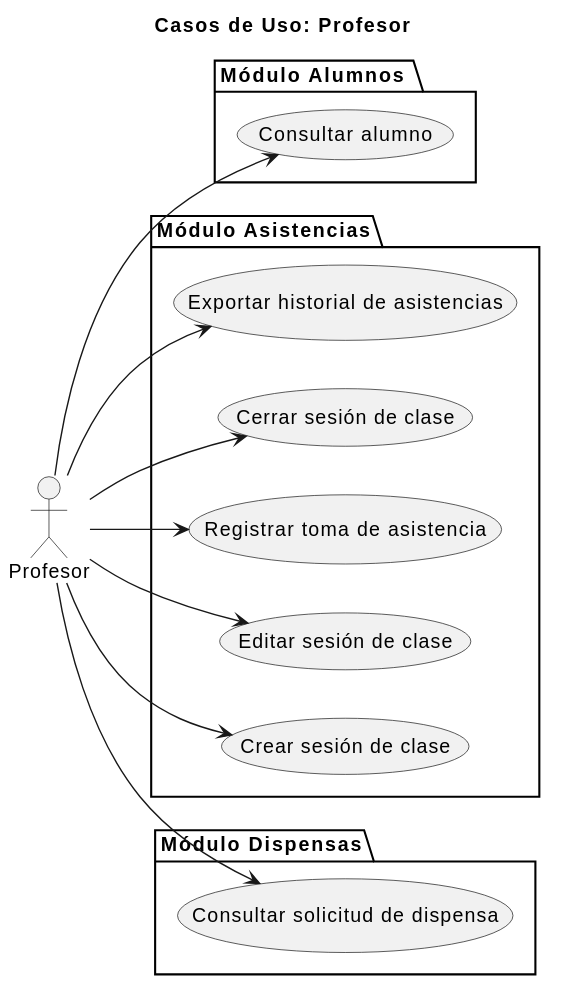
Earlier version of the PlantUML export documents/requisitado/01-actores-casos-uso/Profesor.svg (jerdier/25-26-idsw2-sdVC). Source of this version:
```plantuml
@startuml
Title Casos de Uso: Profesor
left to right direction
skinparam style strictuml

actor Profesor

package "Módulo Alumnos " {
    usecase "Consultar alumno" as AlumnosConsultar
}

package "Módulo Asistencias" {
    usecase "Crear sesión de clase" as AsistenciasCrearSesion
    usecase "Editar sesión de clase" as AsistenciasEditarSesion
    usecase "Registrar toma de asistencia" as AsistenciasRegistrarToma
    usecase "Cerrar sesión de clase" as AsistenciasCerrarSesion
    usecase "Exportar historial de asistencias" as AsistenciasExportarHistorial
}

package "Módulo Dispensas" {
    usecase "Consultar solicitud de dispensa" as DispensasConsultar
}

Profesor --> AlumnosConsultar

Profesor --> AsistenciasCrearSesion
Profesor --> AsistenciasEditarSesion
Profesor --> AsistenciasRegistrarToma
Profesor --> AsistenciasCerrarSesion
Profesor --> AsistenciasExportarHistorial

Profesor --> DispensasConsultar
@enduml
```
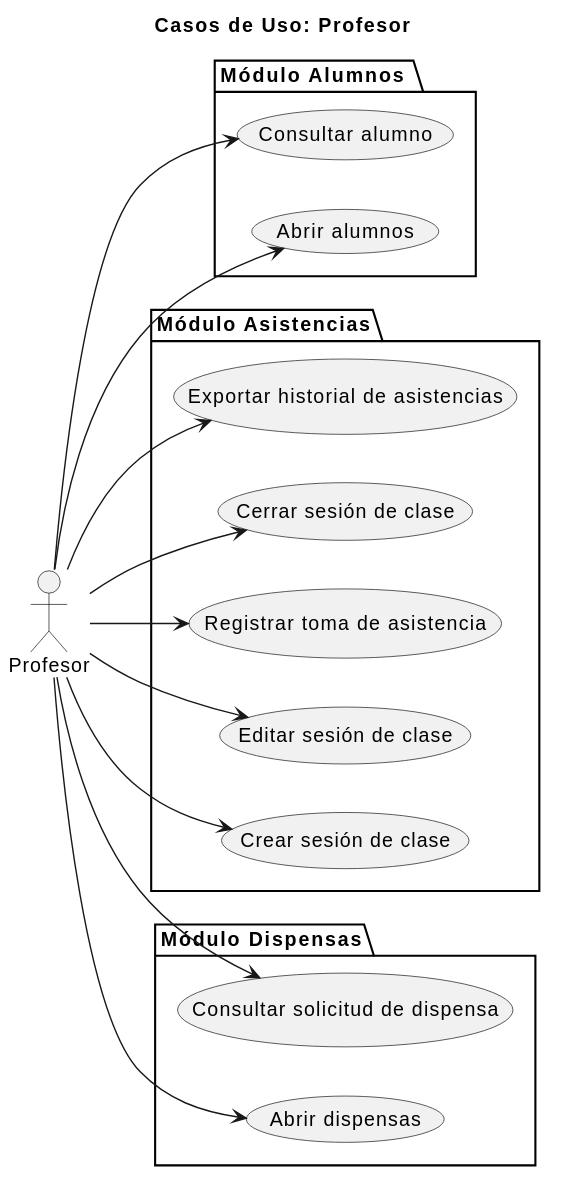
The same diagram one commit later.

What changed in the source:
```diff
@@ -6,6 +6,7 @@
 actor Profesor
 
 package "Módulo Alumnos " {
+    usecase "Abrir alumnos" as AlumnosAbrir
     usecase "Consultar alumno" as AlumnosConsultar
 }
 
@@ -18,9 +19,11 @@
 }
 
 package "Módulo Dispensas" {
+    usecase "Abrir dispensas" as DispensasAbrir
     usecase "Consultar solicitud de dispensa" as DispensasConsultar
 }
 
+Profesor --> AlumnosAbrir
 Profesor --> AlumnosConsultar
 
 Profesor --> AsistenciasCrearSesion
@@ -29,5 +32,6 @@
 Profesor --> AsistenciasCerrarSesion
 Profesor --> AsistenciasExportarHistorial
 
+Profesor --> DispensasAbrir
 Profesor --> DispensasConsultar
 @enduml
```
